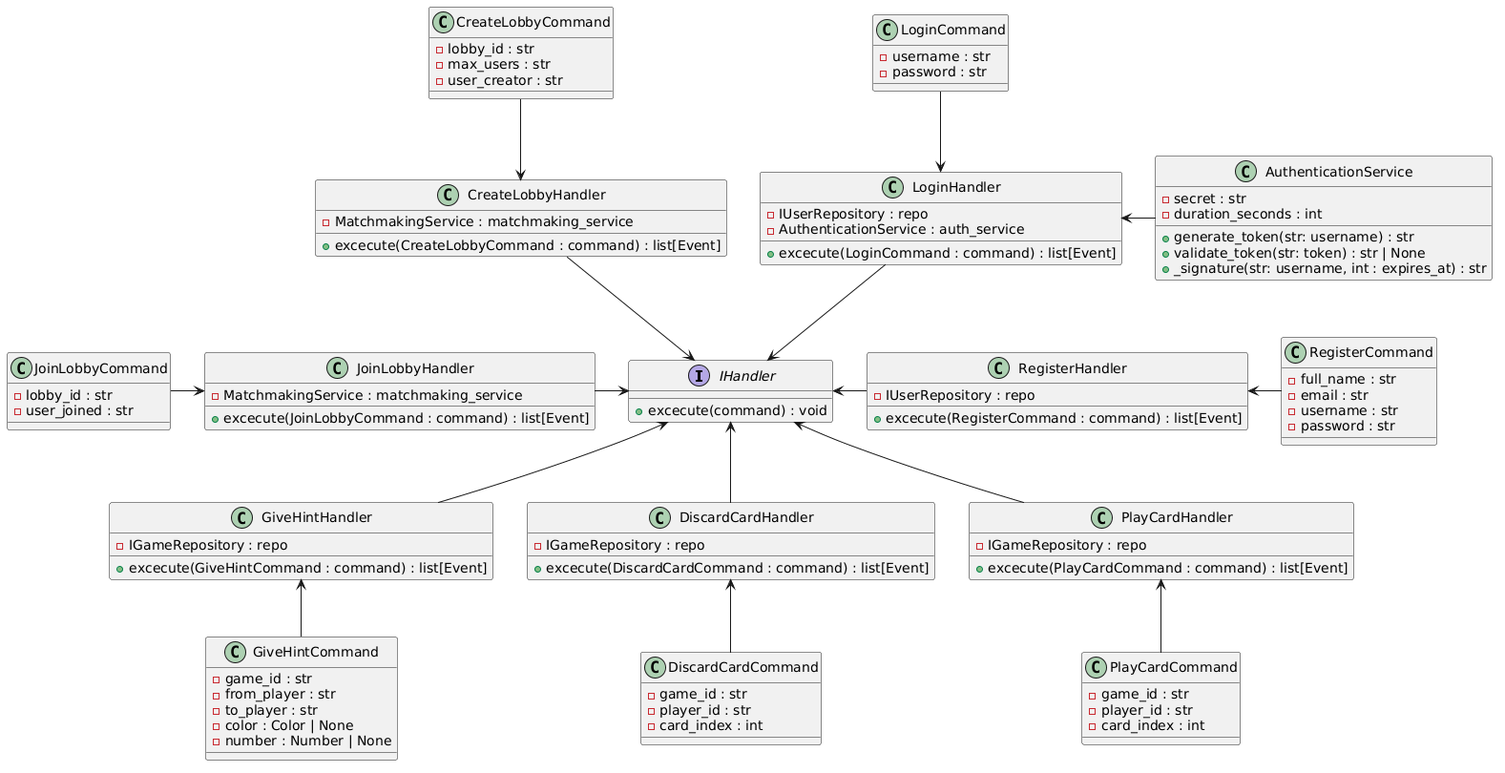
Earlier version of the PlantUML export figures/application.png (gabbosanti/distributed-hanabi-template).
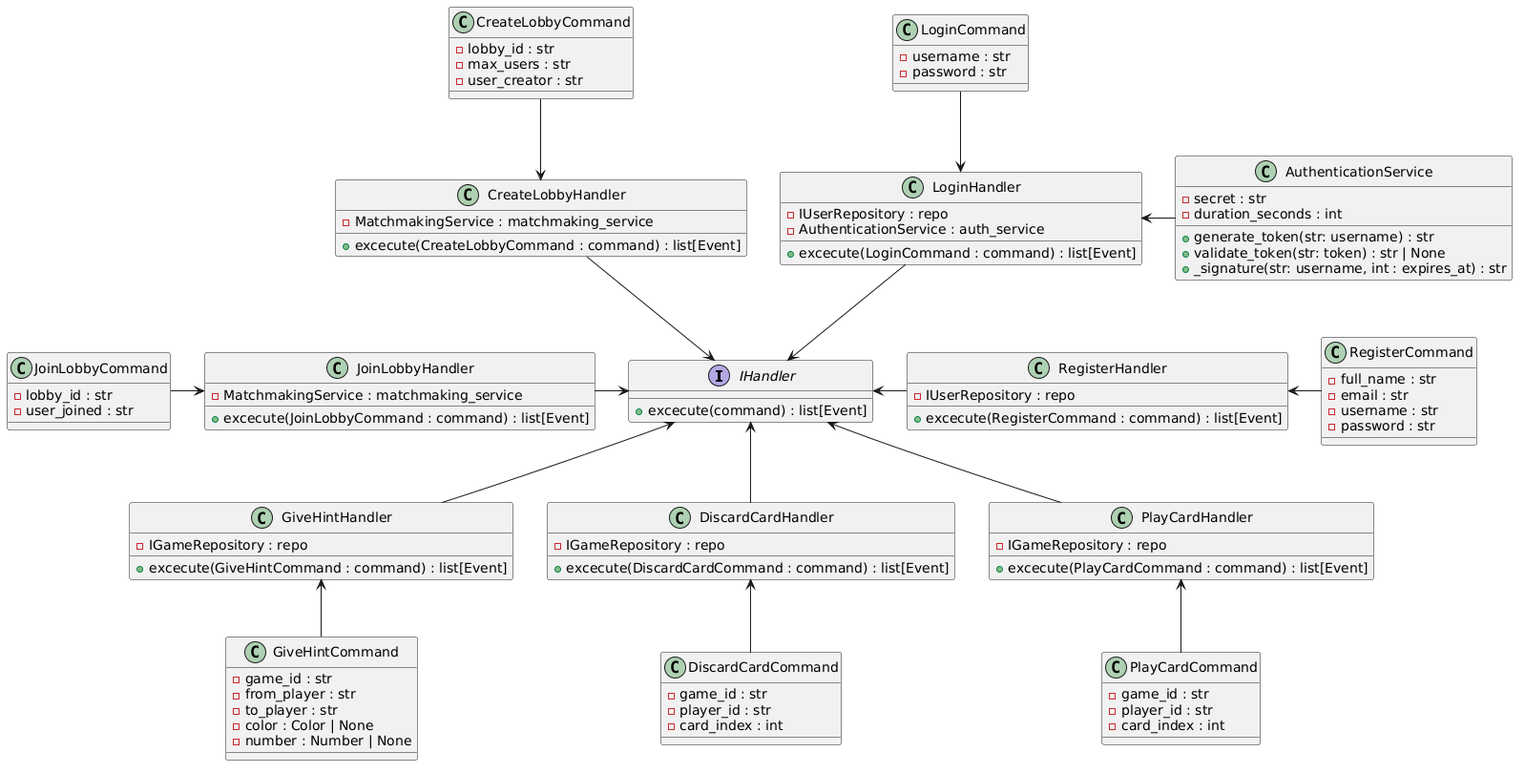
Later version of the same file.

Commit message:
Fix to application part

Diff of the diagram source:
```diff
@@ -1,6 +1,6 @@
 @startuml
 interface IHandler{
-    + excecute(command) : void
+    + excecute(command) : list[Event]
 }
 
 class PlayCardHandler{
```
